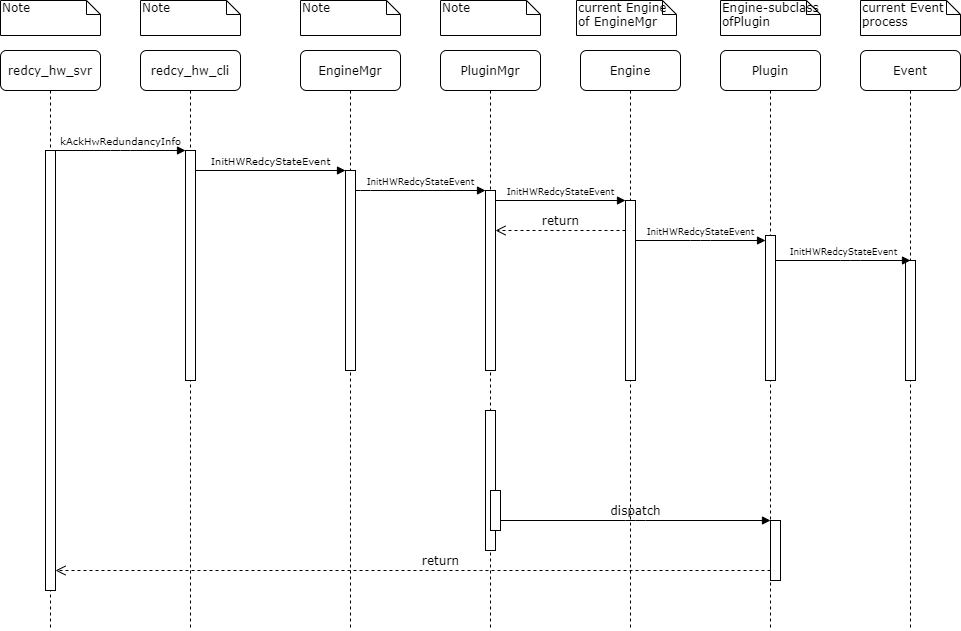
This is UML/StartRedundancy.png from Steve888888/FN-Redundancy, a draw.io export, as it was before one commit. Source tidied: cells renumbered, new cells last; positions are measured from the earlier drawing's top-left corner, leaving out a move shared by most shapes.
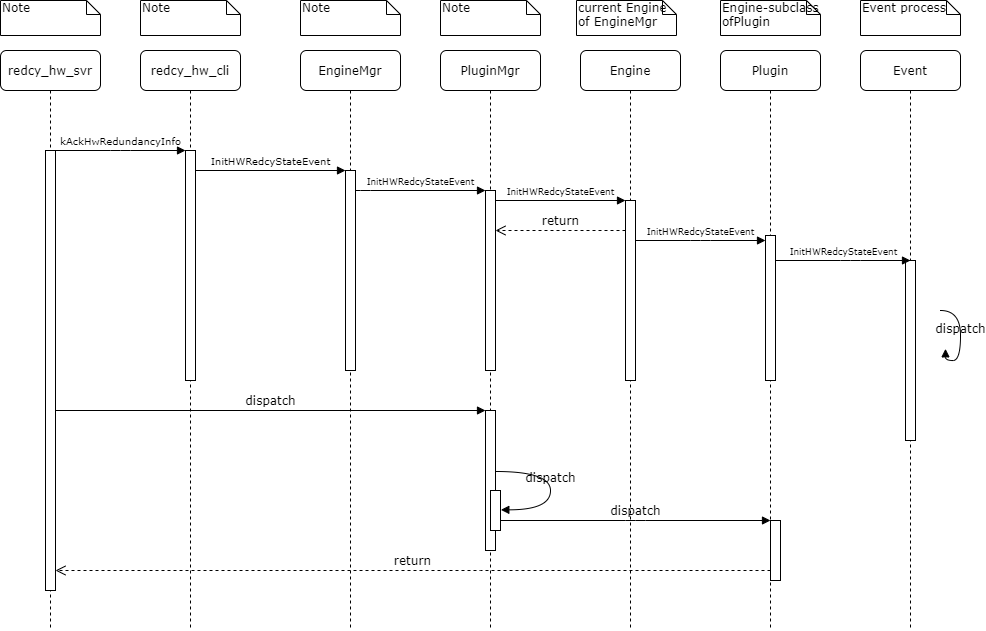
The same diagram one commit later.

What changed in the source:
```diff
@@ -30,7 +30,7 @@
       <mxGeometry x="860" y="50" width="100" height="580" as="geometry" />
     </mxCell>
     <mxCell id="11" style="html=1;perimeter=orthogonalPerimeter;rounded=0;shadow=0;comic=0;labelBackgroundColor=none;strokeColor=#000000;strokeWidth=1;fillColor=#FFFFFF;fontFamily=Verdana;fontSize=12;fontColor=#000000;align=center;" parent="10" vertex="1">
-      <mxGeometry x="45" y="210" width="10" height="120" as="geometry" />
+      <mxGeometry x="45" y="210" width="10" height="180" as="geometry" />
     </mxCell>
     <mxCell id="12" value="redcy_hw_svr" style="shape=umlLifeline;perimeter=lifelinePerimeter;whiteSpace=wrap;html=1;rounded=1;shadow=0;comic=0;labelBackgroundColor=none;strokeWidth=1;fontFamily=Verdana;fontSize=12;align=center;" parent="1" vertex="1">
       <mxGeometry y="50" width="100" height="580" as="geometry" />
@@ -65,6 +65,9 @@
     <mxCell id="19" style="html=1;points=[];perimeter=orthogonalPerimeter;rounded=0;shadow=0;comic=0;labelBackgroundColor=none;strokeWidth=1;fontFamily=Verdana;fontSize=12;align=center;" parent="1" vertex="1">
       <mxGeometry x="485" y="410" width="10" height="140" as="geometry" />
     </mxCell>
+    <mxCell id="35" value="dispatch" style="html=1;verticalAlign=bottom;endArrow=block;entryX=0;entryY=0;labelBackgroundColor=none;fontFamily=Verdana;fontSize=12;" parent="1" edge="1" source="13" target="19">
+      <mxGeometry relative="1" as="geometry" />
+    </mxCell>
     <mxCell id="20" style="html=1;points=[];perimeter=orthogonalPerimeter;rounded=0;shadow=0;comic=0;labelBackgroundColor=none;strokeWidth=1;fontFamily=Verdana;fontSize=12;align=center;" parent="1" vertex="1">
       <mxGeometry x="770" y="520" width="10" height="60" as="geometry" />
     </mxCell>
@@ -72,7 +75,7 @@
       <mxGeometry relative="1" as="geometry" />
     </mxCell>
     <mxCell id="22" value="return" style="html=1;verticalAlign=bottom;endArrow=open;dashed=1;endSize=8;labelBackgroundColor=none;fontFamily=Verdana;fontSize=12;edgeStyle=elbowEdgeStyle;elbow=vertical;" parent="1" edge="1" source="20" target="13">
-      <mxGeometry x="-0.08" relative="1" as="geometry">
+      <mxGeometry relative="1" as="geometry">
         <Array as="points">
           <mxPoint x="470" y="570" />
         </Array>
@@ -87,6 +90,16 @@
     <mxCell id="25" style="html=1;points=[];perimeter=orthogonalPerimeter;rounded=0;shadow=0;comic=0;labelBackgroundColor=none;strokeWidth=1;fontFamily=Verdana;fontSize=12;align=center;" parent="1" vertex="1">
       <mxGeometry x="490" y="490" width="10" height="40" as="geometry" />
     </mxCell>
+    <mxCell id="36" value="dispatch" style="html=1;verticalAlign=bottom;endArrow=block;labelBackgroundColor=none;fontFamily=Verdana;fontSize=12;elbow=vertical;edgeStyle=orthogonalEdgeStyle;curved=1;entryX=1;entryY=0.286;entryPerimeter=0;exitX=1.038;exitY=0.345;exitPerimeter=0;" parent="1" edge="1">
+      <mxGeometry relative="1" as="geometry">
+        <mxPoint x="495.3" y="471" as="sourcePoint" />
+        <mxPoint x="500.3" y="509.3" as="targetPoint" />
+        <Array as="points">
+          <mxPoint x="550" y="471" />
+          <mxPoint x="550" y="509" />
+        </Array>
+      </mxGeometry>
+    </mxCell>
     <mxCell id="26" value="Note" style="shape=note;whiteSpace=wrap;html=1;size=14;verticalAlign=top;align=left;spacingTop=-6;rounded=0;shadow=0;comic=0;labelBackgroundColor=none;strokeWidth=1;fontFamily=Verdana;fontSize=12;" parent="1" vertex="1">
       <mxGeometry width="100" height="35" as="geometry" />
     </mxCell>
@@ -105,7 +118,7 @@
     <mxCell id="31" value="Engine-subclass ofPlugin" style="shape=note;whiteSpace=wrap;html=1;size=14;verticalAlign=top;align=left;spacingTop=-6;rounded=0;shadow=0;comic=0;labelBackgroundColor=none;strokeWidth=1;fontFamily=Verdana;fontSize=12;" parent="1" vertex="1">
       <mxGeometry x="720" width="100" height="35" as="geometry" />
     </mxCell>
-    <mxCell id="32" value="current Event process&amp;nbsp;" style="shape=note;whiteSpace=wrap;html=1;size=14;verticalAlign=top;align=left;spacingTop=-6;rounded=0;shadow=0;comic=0;labelBackgroundColor=none;strokeWidth=1;fontFamily=Verdana;fontSize=12;" parent="1" vertex="1">
+    <mxCell id="32" value="Event process" style="shape=note;whiteSpace=wrap;html=1;size=14;verticalAlign=top;align=left;spacingTop=-6;rounded=0;shadow=0;comic=0;labelBackgroundColor=none;strokeWidth=1;fontFamily=Verdana;fontSize=12;" parent="1" vertex="1">
       <mxGeometry x="860" width="100" height="35" as="geometry" />
     </mxCell>
     <mxCell id="33" value="&lt;span style=&quot;font-size: 9px&quot;&gt;InitHWRedcyStateEvent&lt;/span&gt;" style="html=1;verticalAlign=bottom;endArrow=block;entryX=0;entryY=0;labelBackgroundColor=none;fontFamily=Verdana;fontSize=12;edgeStyle=elbowEdgeStyle;elbow=vertical;" parent="1" edge="1">
@@ -123,5 +136,16 @@
         </Array>
       </mxGeometry>
     </mxCell>
+    <mxCell id="37" value="dispatch" style="html=1;verticalAlign=bottom;endArrow=block;labelBackgroundColor=none;fontFamily=Verdana;fontSize=12;elbow=vertical;edgeStyle=orthogonalEdgeStyle;curved=1;entryX=1;entryY=0.286;entryPerimeter=0;exitX=1.038;exitY=0.345;exitPerimeter=0;" parent="1" edge="1">
+      <mxGeometry relative="1" as="geometry">
+        <mxPoint x="940" y="310" as="sourcePoint" />
+        <mxPoint x="945" y="348.3" as="targetPoint" />
+        <Array as="points">
+          <mxPoint x="960" y="310" />
+          <mxPoint x="960" y="360" />
+          <mxPoint x="945" y="360" />
+        </Array>
+      </mxGeometry>
+    </mxCell>
   </root>
 </mxGraphModel>
```
